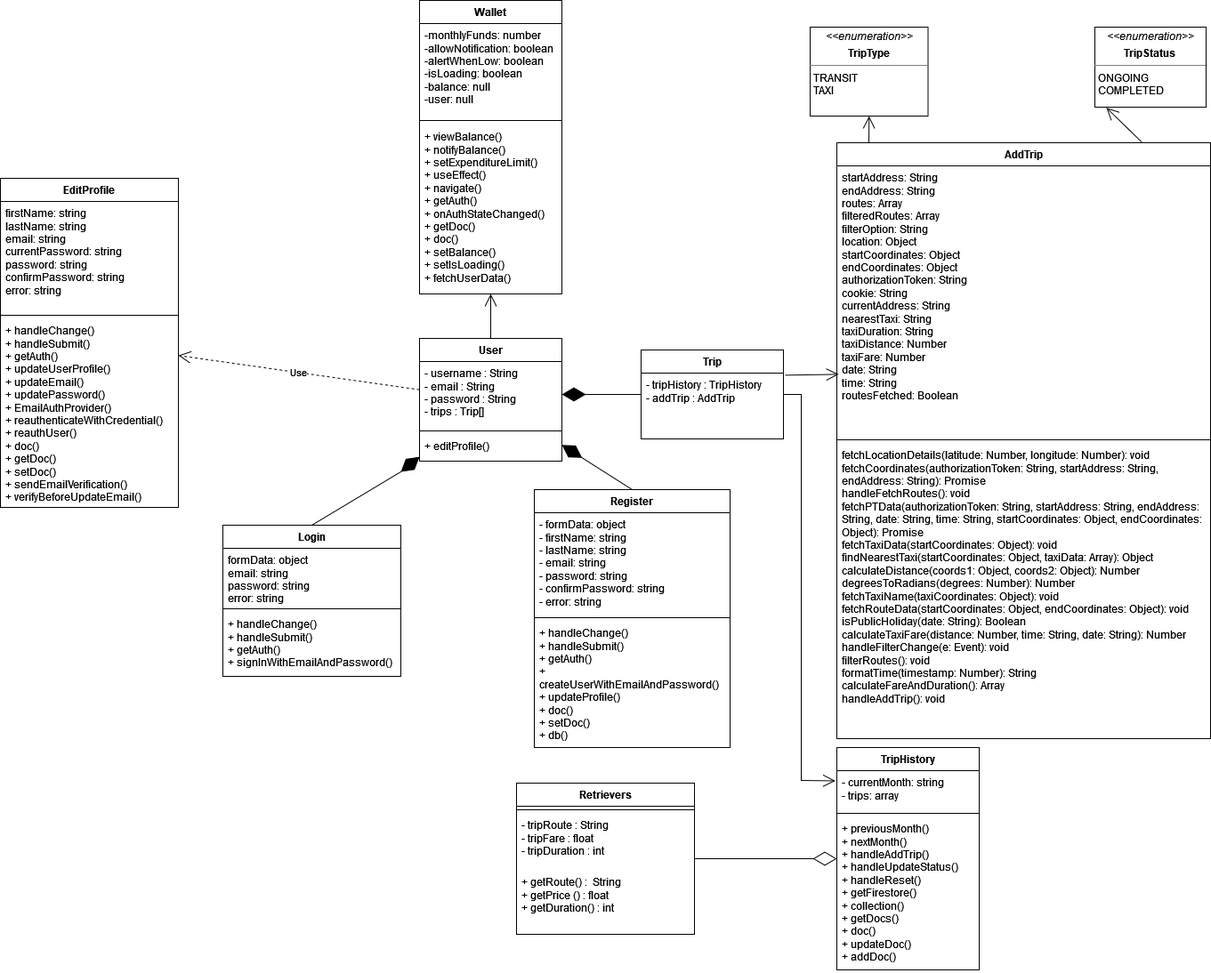
Before: Lab 5/Class diagram for Entity class.drawio.png, a diagram exported from draw.io (jordanntk2006/scsb2006team5test). Source tidied: cells renumbered, new cells last; positions are measured from the earlier drawing's top-left corner, leaving out a move shared by most shapes.
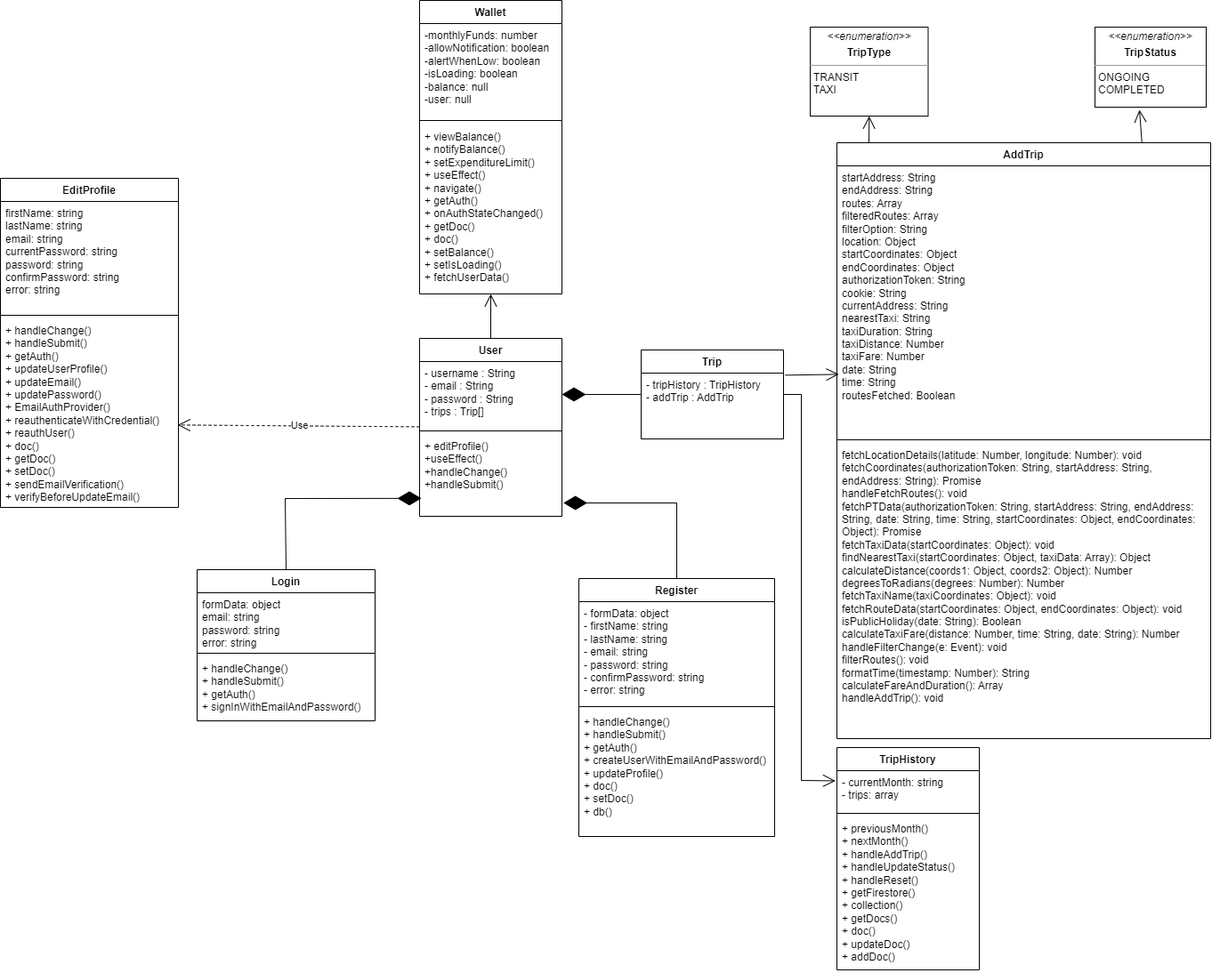
After the change.

Commit message:
class diagram entity and dialogmap updated

What changed in the source:
```diff
@@ -3,7 +3,7 @@
     <mxCell id="0" />
     <mxCell id="1" parent="0" />
     <mxCell id="2" value="User" style="swimlane;fontStyle=1;align=center;verticalAlign=top;horizontal=1;startSize=26;whiteSpace=wrap;html=1;" parent="1" vertex="1">
-      <mxGeometry x="471" y="380" width="160" height="138" as="geometry" />
+      <mxGeometry x="471" y="380" width="160" height="200" as="geometry" />
     </mxCell>
     <mxCell id="3" value="- username : String&lt;br&gt;- email : String&lt;br&gt;&lt;div&gt;- password : String&lt;br&gt;&lt;/div&gt;- trips : Trip[]" style="text;strokeColor=none;fillColor=none;align=left;verticalAlign=top;spacingLeft=4;spacingRight=4;overflow=hidden;points=[[0,0.5],[1,0.5]];portConstraint=eastwest;whiteSpace=wrap;html=1;" parent="2" vertex="1">
       <mxGeometry y="26" width="160" height="74" as="geometry" />
@@ -11,11 +11,11 @@
     <mxCell id="4" style="line;strokeWidth=1;fillColor=none;align=left;verticalAlign=middle;spacingTop=-1;spacingLeft=3;spacingRight=3;labelPosition=right;strokeColor=inherit;" parent="2" vertex="1">
       <mxGeometry y="100" width="160" height="8" as="geometry" />
     </mxCell>
-    <mxCell id="5" value="+ editProfile()" style="text;strokeColor=none;fillColor=none;align=left;verticalAlign=top;spacingLeft=4;spacingRight=4;overflow=hidden;points=[[0,0.5],[1,0.5]];portConstraint=eastwest;whiteSpace=wrap;html=1;" parent="2" vertex="1">
-      <mxGeometry y="108" width="160" height="30" as="geometry" />
+    <mxCell id="5" value="+ editProfile()&lt;div&gt;+useEffect()&lt;/div&gt;&lt;div&gt;+handleChange()&lt;/div&gt;&lt;div&gt;+handleSubmit()&lt;br&gt;&lt;div&gt;&lt;br&gt;&lt;/div&gt;&lt;/div&gt;" style="text;strokeColor=none;fillColor=none;align=left;verticalAlign=top;spacingLeft=4;spacingRight=4;overflow=hidden;points=[[0,0.5],[1,0.5]];portConstraint=eastwest;whiteSpace=wrap;html=1;" parent="2" vertex="1">
+      <mxGeometry y="108" width="160" height="92" as="geometry" />
     </mxCell>
     <mxCell id="6" value="Login" style="swimlane;fontStyle=1;align=center;verticalAlign=top;horizontal=1;startSize=26;whiteSpace=wrap;html=1;" parent="1" vertex="1">
-      <mxGeometry x="250" y="590" width="200" height="170" as="geometry" />
+      <mxGeometry x="221" y="640" width="200" height="170" as="geometry" />
     </mxCell>
     <mxCell id="7" value="&lt;div&gt;&lt;div&gt;formData: object&lt;/div&gt;&lt;div&gt;email: string&lt;/div&gt;&lt;div&gt;password: string&lt;/div&gt;&lt;div&gt;error: string&lt;/div&gt;&lt;/div&gt;" style="text;strokeColor=none;fillColor=none;align=left;verticalAlign=top;spacingLeft=4;spacingRight=4;overflow=hidden;whiteSpace=wrap;html=1;" parent="6" vertex="1">
       <mxGeometry y="26" width="200" height="64" as="geometry" />
@@ -27,7 +27,7 @@
       <mxGeometry y="98" width="200" height="72" as="geometry" />
     </mxCell>
     <mxCell id="10" value="Register" style="swimlane;fontStyle=1;align=center;verticalAlign=top;horizontal=1;startSize=26;whiteSpace=wrap;html=1;" parent="1" vertex="1">
-      <mxGeometry x="600" y="550" width="220" height="290" as="geometry" />
+      <mxGeometry x="650" y="650" width="220" height="290" as="geometry" />
     </mxCell>
     <mxCell id="11" value="&lt;div&gt;&lt;div&gt;- formData: object&lt;/div&gt;&lt;div&gt;- firstName: string&lt;/div&gt;&lt;div&gt;- lastName: string&lt;/div&gt;&lt;div&gt;- email: string&lt;/div&gt;&lt;div&gt;- password: string&lt;/div&gt;&lt;div&gt;- confirmPassword: string&lt;/div&gt;&lt;div&gt;- error: string&lt;/div&gt;&lt;/div&gt;" style="text;strokeColor=none;fillColor=none;align=left;verticalAlign=top;spacingLeft=4;spacingRight=4;overflow=hidden;whiteSpace=wrap;html=1;" parent="10" vertex="1">
       <mxGeometry y="26" width="220" height="114" as="geometry" />
@@ -38,15 +38,19 @@
     <mxCell id="13" value="&lt;div&gt;&lt;div&gt;+ handleChange()&lt;/div&gt;&lt;div&gt;+ handleSubmit()&lt;/div&gt;&lt;/div&gt;&lt;div&gt;&lt;div&gt;+ getAuth()&lt;/div&gt;&lt;div&gt;+ createUserWithEmailAndPassword()&lt;/div&gt;&lt;div&gt;+ updateProfile()&lt;/div&gt;&lt;div&gt;+ doc()&lt;/div&gt;&lt;div&gt;+ setDoc()&lt;/div&gt;&lt;div&gt;+ db()&lt;/div&gt;&lt;/div&gt;" style="text;strokeColor=none;fillColor=none;align=left;verticalAlign=top;spacingLeft=4;spacingRight=4;overflow=hidden;whiteSpace=wrap;html=1;" parent="10" vertex="1">
       <mxGeometry y="148" width="220" height="142" as="geometry" />
     </mxCell>
-    <mxCell id="14" style="endArrow=diamondThin;endFill=1;endSize=24;html=1;rounded=0;exitX=0.5;exitY=0;exitDx=0;exitDy=0;" parent="1" edge="1" source="6" target="2">
+    <mxCell id="14" style="endArrow=diamondThin;endFill=1;endSize=24;html=1;rounded=0;exitX=0.5;exitY=0;exitDx=0;exitDy=0;entryX=0.013;entryY=0.781;entryDx=0;entryDy=0;entryPerimeter=0;" parent="1" edge="1" source="6" target="5">
       <mxGeometry relative="1" as="geometry">
         <Array as="points">
-          <mxPoint x="450" y="530" />
+          <mxPoint x="320" y="560" />
         </Array>
       </mxGeometry>
     </mxCell>
-    <mxCell id="15" style="endArrow=diamondThin;endFill=1;endSize=24;html=1;rounded=0;exitX=0.5;exitY=0;exitDx=0;exitDy=0;" parent="1" edge="1" source="10" target="2">
-      <mxGeometry relative="1" as="geometry" />
+    <mxCell id="15" style="endArrow=diamondThin;endFill=1;endSize=24;html=1;rounded=0;exitX=0.5;exitY=0;exitDx=0;exitDy=0;entryX=1.01;entryY=0.837;entryDx=0;entryDy=0;entryPerimeter=0;" parent="1" edge="1" source="10" target="5">
+      <mxGeometry relative="1" as="geometry">
+        <Array as="points">
+          <mxPoint x="760" y="565" />
+        </Array>
+      </mxGeometry>
     </mxCell>
     <mxCell id="16" value="AddTrip" style="swimlane;fontStyle=1;align=center;verticalAlign=top;horizontal=1;startSize=26;whiteSpace=wrap;html=1;" parent="1" vertex="1">
       <mxGeometry x="940" y="160" width="420" height="670" as="geometry" />
@@ -68,8 +72,10 @@
     <mxCell id="21" value="&lt;p style=&quot;margin:0px;margin-top:4px;text-align:center;&quot;&gt;&lt;i&gt;&amp;lt;&amp;lt;enumeration&amp;gt;&amp;gt;&lt;/i&gt;&lt;/p&gt;&lt;p style=&quot;margin:0px;margin-top:4px;text-align:center;&quot;&gt;&lt;b&gt;TripStatus&lt;/b&gt;&lt;br&gt;&lt;/p&gt;&lt;hr size=&quot;1&quot;&gt;&lt;p style=&quot;margin:0px;margin-left:4px;&quot;&gt;ONGOING&lt;/p&gt;&lt;p style=&quot;margin:0px;margin-left:4px;&quot;&gt;COMPLETED&lt;br&gt;&lt;/p&gt;" style="verticalAlign=top;align=left;overflow=fill;html=1;whiteSpace=wrap;" parent="1" vertex="1">
       <mxGeometry x="1230" y="30" width="125" height="90" as="geometry" />
     </mxCell>
-    <mxCell id="22" style="endArrow=open;endFill=1;endSize=12;html=1;rounded=0;entryX=0.104;entryY=1.007;entryDx=0;entryDy=0;entryPerimeter=0;exitX=0.816;exitY=-0.001;exitDx=0;exitDy=0;exitPerimeter=0;" parent="1" edge="1" source="16" target="21">
-      <mxGeometry relative="1" as="geometry" />
+    <mxCell id="22" style="endArrow=open;endFill=1;endSize=12;html=1;rounded=0;exitX=0.816;exitY=-0.001;exitDx=0;exitDy=0;exitPerimeter=0;" parent="1" edge="1" source="16">
+      <mxGeometry relative="1" as="geometry">
+        <mxPoint x="1280" y="123" as="targetPoint" />
+      </mxGeometry>
     </mxCell>
     <mxCell id="23" value="Wallet" style="swimlane;fontStyle=1;align=center;verticalAlign=top;horizontal=1;startSize=26;whiteSpace=wrap;html=1;" parent="1" vertex="1">
       <mxGeometry x="471" width="160" height="330" as="geometry" />
@@ -110,24 +116,9 @@
     <mxCell id="35" value="&lt;div&gt;+ handleChange()&lt;/div&gt;&lt;div&gt;+ handleSubmit()&lt;/div&gt;&lt;div&gt;+ getAuth()&lt;/div&gt;&lt;div&gt;+ updateUserProfile()&lt;/div&gt;&lt;div&gt;+ updateEmail()&lt;/div&gt;&lt;div&gt;+ updatePassword()&lt;/div&gt;&lt;div&gt;+ EmailAuthProvider()&lt;/div&gt;&lt;div&gt;+ reauthenticateWithCredential()&lt;/div&gt;&lt;div&gt;+ reauthUser()&lt;/div&gt;&lt;div&gt;+ doc()&lt;/div&gt;&lt;div&gt;+ getDoc()&lt;/div&gt;&lt;div&gt;+ setDoc()&lt;/div&gt;&lt;div&gt;+ sendEmailVerification()&lt;/div&gt;&lt;div&gt;+ verifyBeforeUpdateEmail()&lt;/div&gt;" style="text;strokeColor=none;fillColor=none;align=left;verticalAlign=top;spacingLeft=4;spacingRight=4;overflow=hidden;points=[[0,0.5],[1,0.5]];portConstraint=eastwest;whiteSpace=wrap;html=1;" parent="32" vertex="1">
       <mxGeometry y="158" width="200" height="212" as="geometry" />
     </mxCell>
-    <mxCell id="36" value="Retrievers" style="swimlane;fontStyle=1;align=center;verticalAlign=top;horizontal=1;startSize=26;whiteSpace=wrap;html=1;" parent="1" vertex="1">
-      <mxGeometry x="580" y="880" width="200" height="170" as="geometry" />
-    </mxCell>
-    <mxCell id="37" style="line;strokeWidth=1;fillColor=none;align=left;verticalAlign=middle;spacingTop=-1;spacingLeft=3;spacingRight=3;labelPosition=right;strokeColor=inherit;" parent="36" vertex="1">
-      <mxGeometry y="26" width="200" height="8" as="geometry" />
-    </mxCell>
-    <mxCell id="38" value="- tripRoute : String&lt;br&gt;- tripFare : float&lt;br&gt;- tripDuration : int" style="text;strokeColor=none;fillColor=none;align=left;verticalAlign=top;spacingLeft=4;spacingRight=4;overflow=hidden;whiteSpace=wrap;html=1;" parent="36" vertex="1">
-      <mxGeometry y="34" width="200" height="64" as="geometry" />
-    </mxCell>
-    <mxCell id="39" value="+ getRoute() :&amp;nbsp; String&lt;br&gt;+ getPrice () : float&amp;nbsp;&lt;br&gt;+ getDuration() : int&amp;nbsp;" style="text;strokeColor=none;fillColor=none;align=left;verticalAlign=top;spacingLeft=4;spacingRight=4;overflow=hidden;whiteSpace=wrap;html=1;" parent="36" vertex="1">
-      <mxGeometry y="98" width="200" height="72" as="geometry" />
-    </mxCell>
     <mxCell id="40" style="endArrow=open;endFill=1;endSize=12;html=1;rounded=0;" parent="1" edge="1" source="2" target="23">
       <mxGeometry relative="1" as="geometry" />
     </mxCell>
-    <mxCell id="41" style="endArrow=diamondThin;endFill=0;endSize=24;html=1;rounded=0;fontSize=12;" parent="1" edge="1" source="36" target="28">
-      <mxGeometry relative="1" as="geometry" />
-    </mxCell>
     <mxCell id="42" value="Trip" style="swimlane;fontStyle=1;align=center;verticalAlign=top;horizontal=1;startSize=26;whiteSpace=wrap;html=1;" parent="1" vertex="1">
       <mxGeometry x="720" y="393" width="160" height="100" as="geometry" />
     </mxCell>
@@ -149,7 +140,7 @@
         </Array>
       </mxGeometry>
     </mxCell>
-    <mxCell id="47" value="Use" style="endArrow=open;endSize=12;dashed=1;html=1;rounded=0;" parent="1" edge="1" source="2" target="32">
+    <mxCell id="47" value="Use" style="endArrow=open;endSize=12;dashed=1;html=1;rounded=0;entryX=0.996;entryY=0.563;entryDx=0;entryDy=0;entryPerimeter=0;" parent="1" edge="1" source="2" target="35">
       <mxGeometry relative="1" as="geometry" />
     </mxCell>
   </root>
```
